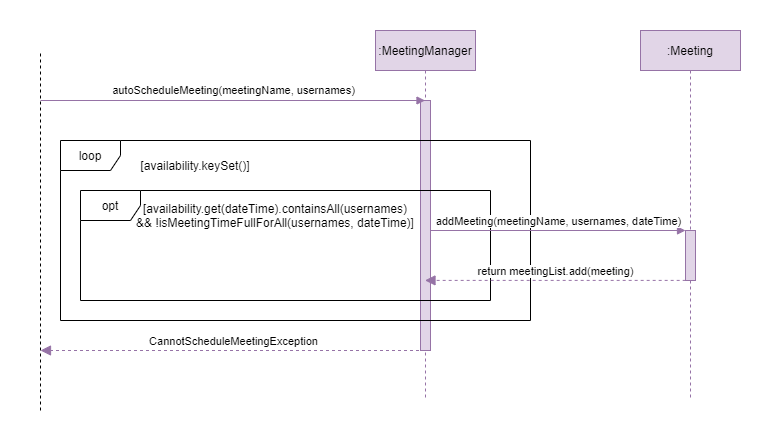
The draw.io diagram docs/developerGuideDiagrams/autoScheduleSequenceDiagram.png in theeugenechong/tp, before a commit. Source tidied: cells renumbered, new cells last; positions are measured from the earlier drawing's top-left corner, leaving out a move shared by most shapes.
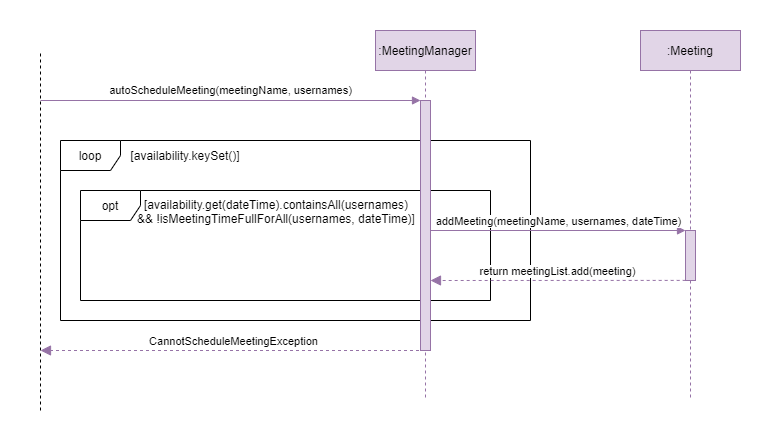
Above is the later version.

Commit message:
Minor tweaks to diagram cosmetics (arrow head etc)

Change to the diagram source:
```diff
@@ -3,8 +3,14 @@
     <mxCell id="0" />
     <mxCell id="1" parent="0" />
     <mxCell id="2" style="rounded=0;whiteSpace=wrap;html=1;strokeColor=none;" parent="1" vertex="1">
-      <mxGeometry width="780" height="440" as="geometry" />
+      <mxGeometry width="770" height="440" as="geometry" />
     </mxCell>
+    <mxCell id="8" value="opt" style="shape=umlFrame;whiteSpace=wrap;html=1;" parent="1" vertex="1">
+      <mxGeometry x="80" y="190" width="410" height="110" as="geometry" />
+    </mxCell>
+    <mxCell id="7" value="loop" style="shape=umlFrame;whiteSpace=wrap;html=1;" parent="1" vertex="1">
+      <mxGeometry x="60" y="140" width="470" height="180" as="geometry" />
+    </mxCell>
     <mxCell id="3" value=":MeetingManager" style="shape=umlLifeline;perimeter=lifelinePerimeter;rounded=0;shadow=0;strokeWidth=1;fillColor=#e1d5e7;strokeColor=#9673a6;" parent="1" vertex="1">
       <mxGeometry x="375" y="30" width="100" height="370" as="geometry" />
     </mxCell>
@@ -17,19 +23,14 @@
         <mxPoint x="40" y="50" as="targetPoint" />
       </mxGeometry>
     </mxCell>
-    <mxCell id="6" value="autoScheduleMeeting(meetingName, usernames)" style="endArrow=block;html=1;rounded=0;fillColor=#e1d5e7;strokeColor=#9673a6;endFill=1;" parent="1" edge="1" target="3">
+    <mxCell id="6" value="autoScheduleMeeting(meetingName, usernames)" style="endArrow=block;html=1;rounded=0;fillColor=#e1d5e7;strokeColor=#9673a6;endFill=1;" parent="1" edge="1">
       <mxGeometry y="10" relative="1" as="geometry">
         <mxPoint x="40" y="100" as="sourcePoint" />
+        <mxPoint x="420" y="100" as="targetPoint" />
       </mxGeometry>
     </mxCell>
-    <mxCell id="7" value="loop" style="shape=umlFrame;whiteSpace=wrap;html=1;" parent="1" vertex="1">
-      <mxGeometry x="60" y="140" width="470" height="180" as="geometry" />
-    </mxCell>
-    <mxCell id="8" value="opt" style="shape=umlFrame;whiteSpace=wrap;html=1;" parent="1" vertex="1">
-      <mxGeometry x="80" y="190" width="410" height="110" as="geometry" />
-    </mxCell>
     <mxCell id="9" value="[availability.get(dateTime).containsAll(usernames)&lt;br&gt;&amp;amp;&amp;amp; !isMeetingTimeFullForAll(usernames, dateTime)]" style="text;html=1;strokeColor=none;fillColor=none;align=center;verticalAlign=middle;whiteSpace=wrap;rounded=0;" parent="1" vertex="1">
-      <mxGeometry x="120" y="200" width="310" height="30" as="geometry" />
+      <mxGeometry x="121" y="196" width="310" height="30" as="geometry" />
     </mxCell>
     <mxCell id="10" value=":Meeting" style="shape=umlLifeline;perimeter=lifelinePerimeter;whiteSpace=wrap;html=1;fillColor=#e1d5e7;strokeColor=#9673a6;" parent="1" vertex="1">
       <mxGeometry x="640" y="30" width="100" height="370" as="geometry" />
@@ -40,8 +41,10 @@
     <mxCell id="12" value="addMeeting(meetingName, usernames, dateTime)" style="html=1;verticalAlign=bottom;endArrow=block;entryX=0;entryY=0;rounded=0;fillColor=#e1d5e7;strokeColor=#9673a6;" parent="1" edge="1" source="4" target="11">
       <mxGeometry relative="1" as="geometry" />
     </mxCell>
-    <mxCell id="13" value="return meetingList.add(meeting)" style="html=1;verticalAlign=bottom;endArrow=block;dashed=1;endSize=8;exitX=0.017;exitY=0.998;rounded=0;exitDx=0;exitDy=0;exitPerimeter=0;fillColor=#e1d5e7;strokeColor=#9673a6;endFill=1;" parent="1" edge="1" source="11" target="3">
-      <mxGeometry relative="1" as="geometry" />
+    <mxCell id="13" value="return meetingList.add(meeting)" style="html=1;verticalAlign=bottom;endArrow=block;dashed=1;endSize=8;exitX=0.017;exitY=0.998;rounded=0;exitDx=0;exitDy=0;exitPerimeter=0;fillColor=#e1d5e7;strokeColor=#9673a6;endFill=1;" parent="1" edge="1" source="11">
+      <mxGeometry relative="1" as="geometry">
+        <mxPoint x="430" y="280" as="targetPoint" />
+      </mxGeometry>
     </mxCell>
     <mxCell id="14" value="CannotScheduleMeetingException" style="html=1;verticalAlign=bottom;endArrow=block;dashed=1;endSize=8;rounded=0;fillColor=#e1d5e7;strokeColor=#9673a6;endFill=1;" parent="1" edge="1" source="3">
       <mxGeometry relative="1" as="geometry">
@@ -49,7 +52,7 @@
       </mxGeometry>
     </mxCell>
     <mxCell id="15" value="[availability.keySet()]" style="text;html=1;strokeColor=none;fillColor=none;align=center;verticalAlign=middle;whiteSpace=wrap;rounded=0;" parent="1" vertex="1">
-      <mxGeometry x="120" y="150" width="150" height="30" as="geometry" />
+      <mxGeometry x="110" y="140" width="150" height="30" as="geometry" />
     </mxCell>
   </root>
 </mxGraphModel>
```
